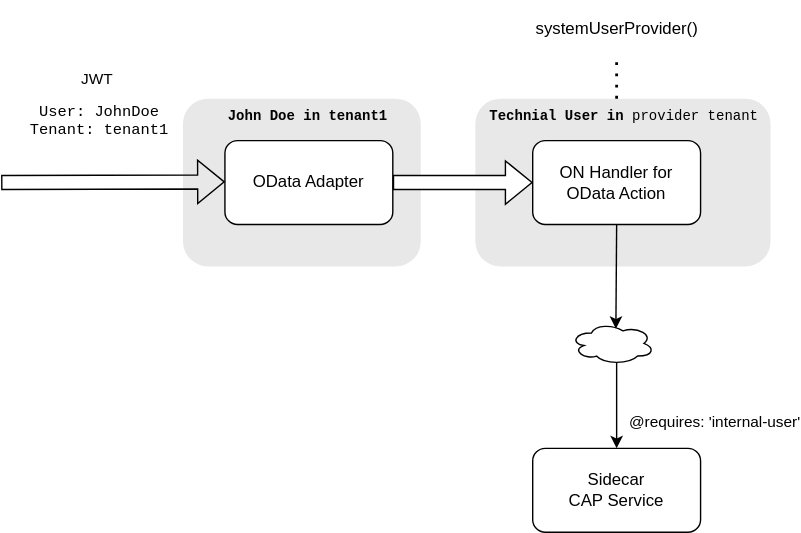
Above: java/assets/switchprovidertenant.drawio.svg in cap-js/docs (draw.io), before the change. Source tidied: cells renumbered, new cells last; positions are measured from the earlier drawing's top-left corner, leaving out a move shared by most shapes.
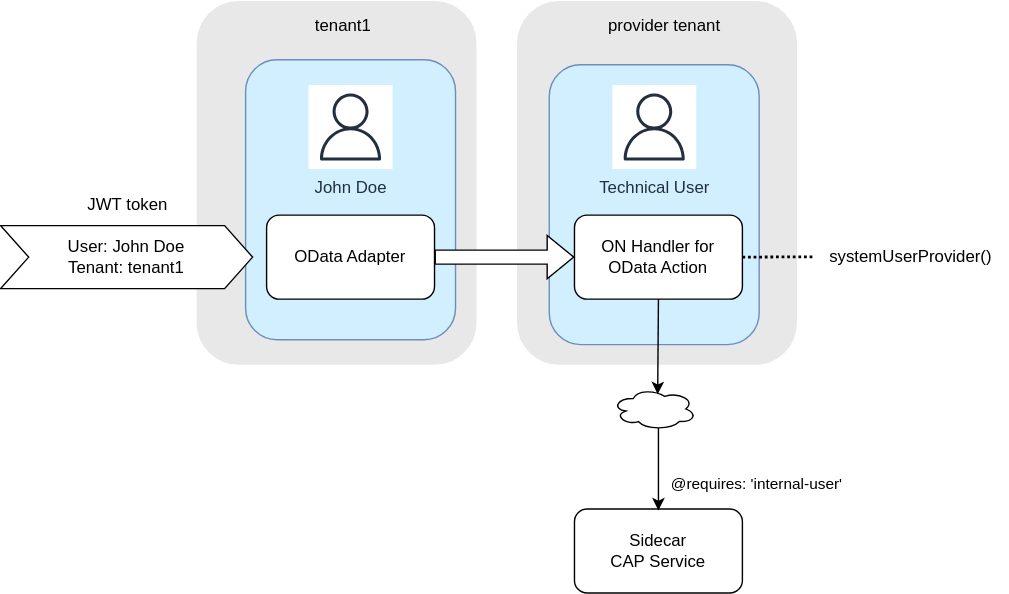
The same diagram one commit later.

What changed in the source:
```diff
@@ -3,49 +3,63 @@
     <mxCell id="0" />
     <mxCell id="1" parent="0" />
     <mxCell id="2" style="rounded=1;whiteSpace=wrap;html=1;fillColor=#E8E8E8;strokeColor=none;" parent="1" vertex="1">
-      <mxGeometry x="339" y="70" width="211" height="120" as="geometry" />
+      <mxGeometry x="339" y="30" width="200" height="260" as="geometry" />
     </mxCell>
+    <mxCell id="16" style="rounded=1;whiteSpace=wrap;html=1;fillColor=#d1efff;strokeColor=#6c8ebf;" parent="1" vertex="1">
+      <mxGeometry x="362" y="75.5" width="150" height="200" as="geometry" />
+    </mxCell>
+    <mxCell id="17" value="Technical User" style="sketch=0;fontColor=#232F3E;gradientColor=none;strokeColor=#232F3E;fillColor=#ffffff;dashed=0;verticalLabelPosition=bottom;verticalAlign=top;align=center;html=1;fontSize=12;fontStyle=0;shape=mxgraph.aws4.resourceIcon;resIcon=mxgraph.aws4.user;" parent="1" vertex="1">
+      <mxGeometry x="407" y="90" width="60" height="60" as="geometry" />
+    </mxCell>
     <mxCell id="3" style="rounded=1;whiteSpace=wrap;html=1;fillColor=#E8E8E8;strokeColor=none;" parent="1" vertex="1">
-      <mxGeometry x="130" y="70" width="170" height="120" as="geometry" />
+      <mxGeometry x="110" y="30" width="200" height="260" as="geometry" />
     </mxCell>
+    <mxCell id="18" style="rounded=1;whiteSpace=wrap;html=1;fillColor=#d1efff;strokeColor=#6c8ebf;" parent="1" vertex="1">
+      <mxGeometry x="145" y="72" width="150" height="200" as="geometry" />
+    </mxCell>
     <mxCell id="4" value="OData Adapter" style="rounded=1;whiteSpace=wrap;html=1;" parent="1" vertex="1">
-      <mxGeometry x="160" y="100" width="120" height="60" as="geometry" />
+      <mxGeometry x="160" y="183" width="120" height="60" as="geometry" />
     </mxCell>
     <mxCell id="5" value="ON Handler for OData Action" style="rounded=1;whiteSpace=wrap;html=1;" parent="1" vertex="1">
-      <mxGeometry x="380" y="100" width="120" height="60" as="geometry" />
+      <mxGeometry x="380" y="183" width="120" height="60" as="geometry" />
     </mxCell>
     <mxCell id="6" style="shape=flexArrow;endArrow=classic;html=1;rounded=0;entryX=0;entryY=0.5;entryDx=0;entryDy=0;exitX=1;exitY=0.5;exitDx=0;exitDy=0;fillColor=#FFFFFF;" parent="1" edge="1" source="4" target="5">
       <mxGeometry relative="1" as="geometry" />
     </mxCell>
     <mxCell id="7" style="ellipse;shape=cloud;whiteSpace=wrap;html=1;" parent="1" vertex="1">
-      <mxGeometry x="407" y="230" width="60" height="30" as="geometry" />
+      <mxGeometry x="407" y="306.5" width="60" height="30" as="geometry" />
     </mxCell>
     <mxCell id="8" style="endArrow=classic;html=1;rounded=0;entryX=0.541;entryY=0.152;entryDx=0;entryDy=0;entryPerimeter=0;exitX=0.5;exitY=1;exitDx=0;exitDy=0;" parent="1" edge="1" source="5" target="7">
       <mxGeometry x="0.31" y="39" relative="1" as="geometry" />
     </mxCell>
-    <mxCell id="9" value="&lt;pre&gt;&lt;font style=&quot;font-size: 10px;&quot;&gt;Technial User in &lt;span style=&quot;font-weight: normal;&quot;&gt;provider tenant&lt;/span&gt;&lt;/font&gt;&lt;/pre&gt;" style="text;strokeColor=none;fillColor=none;html=1;fontSize=24;fontStyle=1;verticalAlign=middle;align=center;" parent="1" vertex="1">
-      <mxGeometry x="395" y="60" width="100" height="40" as="geometry" />
-    </mxCell>
-    <mxCell id="10" value="&lt;pre&gt;&lt;font style=&quot;font-size: 10px;&quot;&gt;John Doe in tenant1&lt;/font&gt;&lt;/pre&gt;" style="text;strokeColor=none;fillColor=none;html=1;fontSize=24;fontStyle=1;verticalAlign=middle;align=center;" parent="1" vertex="1">
-      <mxGeometry x="169" y="60" width="100" height="40" as="geometry" />
-    </mxCell>
-    <mxCell id="11" value="JWT&amp;nbsp;&lt;br&gt;&lt;pre&gt;User: JohnDoe&lt;br&gt;Tenant: tenant1&lt;/pre&gt;" style="shape=flexArrow;endArrow=classic;html=1;rounded=0;entryX=0;entryY=0.5;entryDx=0;entryDy=0;fillColor=none;" parent="1" edge="1">
-      <mxGeometry x="-0.12" y="50" relative="1" as="geometry">
-        <mxPoint y="130" as="sourcePoint" />
-        <mxPoint x="160" y="129.5" as="targetPoint" />
-      </mxGeometry>
-    </mxCell>
-    <mxCell id="12" value="systemUserProvider()" style="text;strokeColor=none;fillColor=none;html=1;fontSize=12;fontStyle=0;verticalAlign=middle;align=center;" parent="1" vertex="1">
-      <mxGeometry x="390" width="100" height="40" as="geometry" />
+    <mxCell id="12" value="systemUserProvider()" style="text;strokeColor=none;fillColor=none;html=1;fontSize=12;fontStyle=0;verticalAlign=middle;align=center;rounded=0;dashed=1;dashPattern=1 1;" parent="1" vertex="1">
+      <mxGeometry x="550" y="192.5" width="140" height="40" as="geometry" />
     </mxCell>
-    <mxCell id="13" style="endArrow=none;dashed=1;html=1;dashPattern=1 3;strokeWidth=2;rounded=0;exitX=0.45;exitY=0.25;exitDx=0;exitDy=0;exitPerimeter=0;" parent="1" edge="1" source="9" target="12">
+    <mxCell id="13" style="endArrow=none;dashed=1;html=1;dashPattern=1 1;strokeWidth=2;rounded=0;exitX=1;exitY=0.5;exitDx=0;exitDy=0;" parent="1" edge="1" source="5" target="12">
       <mxGeometry relative="1" as="geometry" />
     </mxCell>
     <mxCell id="14" value="Sidecar&lt;br&gt;CAP Service" style="rounded=1;whiteSpace=wrap;html=1;" parent="1" vertex="1">
-      <mxGeometry x="380" y="320" width="120" height="60" as="geometry" />
+      <mxGeometry x="380" y="393" width="120" height="60" as="geometry" />
     </mxCell>
-    <mxCell id="15" value="@requires: 'internal-user'" style="endArrow=classic;html=1;rounded=0;entryX=0.5;entryY=0;entryDx=0;entryDy=0;exitX=0.55;exitY=0.95;exitDx=0;exitDy=0;exitPerimeter=0;" parent="1" edge="1" source="7" target="14">
-      <mxGeometry x="0.35" y="70" relative="1" as="geometry" />
+    <mxCell id="15" value="@requires: 'internal-user'" style="endArrow=classic;html=1;rounded=0;entryX=0.5;entryY=0;entryDx=0;entryDy=0;exitX=0.55;exitY=0.95;exitDx=0;exitDy=0;exitPerimeter=0;" parent="1" edge="1" source="7">
+      <mxGeometry x="0.35" y="70" relative="1" as="geometry">
+        <mxPoint x="440" y="394" as="targetPoint" />
+      </mxGeometry>
     </mxCell>
+    <mxCell id="19" value="User: John Doe&lt;br&gt;Tenant: tenant1" style="shape=step;perimeter=stepPerimeter;whiteSpace=wrap;html=1;fixedSize=1;" parent="1" vertex="1">
+      <mxGeometry x="-30" y="190.5" width="180" height="45" as="geometry" />
+    </mxCell>
+    <mxCell id="20" value="JWT token" style="text;html=1;strokeColor=none;fillColor=none;align=center;verticalAlign=middle;whiteSpace=wrap;rounded=0;" parent="1" vertex="1">
+      <mxGeometry x="-4" y="160.5" width="130" height="30" as="geometry" />
+    </mxCell>
+    <mxCell id="21" value="John Doe" style="sketch=0;fontColor=#232F3E;gradientColor=none;strokeColor=#232F3E;fillColor=#ffffff;dashed=0;verticalLabelPosition=bottom;verticalAlign=top;align=center;html=1;fontSize=12;fontStyle=0;shape=mxgraph.aws4.resourceIcon;resIcon=mxgraph.aws4.user;" parent="1" vertex="1">
+      <mxGeometry x="190" y="90" width="60" height="60" as="geometry" />
+    </mxCell>
+    <mxCell id="22" value="tenant1" style="text;html=1;strokeColor=none;fillColor=none;align=center;verticalAlign=middle;whiteSpace=wrap;rounded=0;" parent="1" vertex="1">
+      <mxGeometry x="130" y="32.5" width="170" height="30" as="geometry" />
+    </mxCell>
+    <mxCell id="23" value="provider tenant" style="text;html=1;strokeColor=none;fillColor=none;align=center;verticalAlign=middle;whiteSpace=wrap;rounded=0;" parent="1" vertex="1">
+      <mxGeometry x="339" y="32.5" width="211" height="30" as="geometry" />
+    </mxCell>
   </root>
 </mxGraphModel>
```
